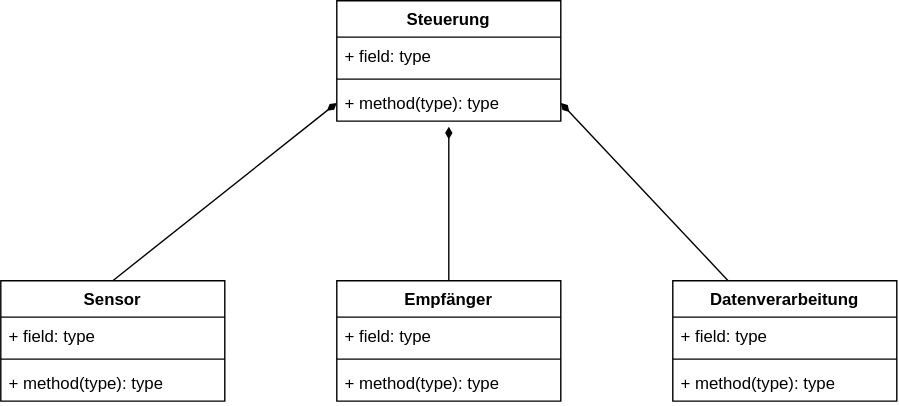
This is docs/klassendiagramme.drawio.svg from Ssaammyy36/sonar_mpa, a draw.io export, as it was before one commit. Source tidied: cells renumbered, new cells last; positions are measured from the earlier drawing's top-left corner, leaving out a move shared by most shapes.
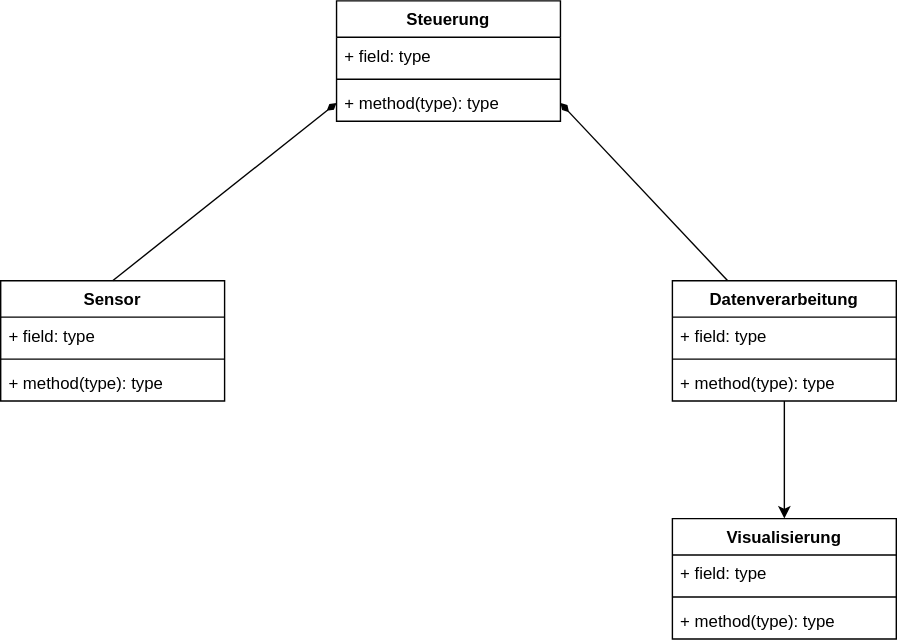
Above is the later version.

The edit, as a diff of the source:
```diff
@@ -26,21 +26,14 @@
     <mxCell id="9" value="+ method(type): type" style="text;strokeColor=none;fillColor=none;align=left;verticalAlign=top;spacingLeft=4;spacingRight=4;overflow=hidden;whiteSpace=wrap;html=1;" parent="6" vertex="1">
       <mxGeometry y="60" width="160" height="26" as="geometry" />
     </mxCell>
-    <mxCell id="10" value="Empfänger" style="swimlane;fontStyle=1;align=center;verticalAlign=top;horizontal=1;startSize=26;whiteSpace=wrap;html=1;" parent="1" vertex="1">
-      <mxGeometry x="240" y="200" width="160" height="86" as="geometry" />
-    </mxCell>
-    <mxCell id="11" value="+ field: type" style="text;strokeColor=none;fillColor=none;align=left;verticalAlign=top;spacingLeft=4;spacingRight=4;overflow=hidden;whiteSpace=wrap;html=1;" parent="10" vertex="1">
-      <mxGeometry y="26" width="160" height="26" as="geometry" />
-    </mxCell>
-    <mxCell id="12" style="line;strokeWidth=1;fillColor=none;align=left;verticalAlign=middle;spacingTop=-1;spacingLeft=3;spacingRight=3;labelPosition=right;strokeColor=inherit;" parent="10" vertex="1">
-      <mxGeometry y="52" width="160" height="8" as="geometry" />
-    </mxCell>
-    <mxCell id="13" value="+ method(type): type" style="text;strokeColor=none;fillColor=none;align=left;verticalAlign=top;spacingLeft=4;spacingRight=4;overflow=hidden;whiteSpace=wrap;html=1;" parent="10" vertex="1">
-      <mxGeometry y="60" width="160" height="26" as="geometry" />
-    </mxCell>
     <mxCell id="14" style="edgeStyle=none;html=1;entryX=1;entryY=0.5;entryDx=0;entryDy=0;endArrow=diamondThin;endFill=1;" parent="1" edge="1" source="15" target="5">
       <mxGeometry relative="1" as="geometry" />
     </mxCell>
+    <mxCell id="21" style="edgeStyle=none;html=1;" parent="1" edge="1" source="15">
+      <mxGeometry relative="1" as="geometry">
+        <mxPoint x="560" y="370" as="targetPoint" />
+      </mxGeometry>
+    </mxCell>
     <mxCell id="15" value="Datenverarbeitung" style="swimlane;fontStyle=1;align=center;verticalAlign=top;horizontal=1;startSize=26;whiteSpace=wrap;html=1;" parent="1" vertex="1">
       <mxGeometry x="480" y="200" width="160" height="86" as="geometry" />
     </mxCell>
@@ -56,10 +49,17 @@
     <mxCell id="19" style="edgeStyle=none;html=1;entryX=0;entryY=0.5;entryDx=0;entryDy=0;endArrow=diamondThin;endFill=1;exitX=0.5;exitY=0;exitDx=0;exitDy=0;" parent="1" edge="1" source="6" target="5">
       <mxGeometry relative="1" as="geometry" />
     </mxCell>
-    <mxCell id="20" style="edgeStyle=none;html=1;endArrow=diamondThin;endFill=1;" parent="1" edge="1" source="10">
-      <mxGeometry relative="1" as="geometry">
-        <mxPoint x="320" y="90" as="targetPoint" />
-      </mxGeometry>
-    </mxCell>
+    <mxCell id="22" value="Visualisierung" style="swimlane;fontStyle=1;align=center;verticalAlign=top;horizontal=1;startSize=26;whiteSpace=wrap;html=1;" parent="1" vertex="1">
+      <mxGeometry x="480" y="370" width="160" height="86" as="geometry" />
+    </mxCell>
+    <mxCell id="11" value="+ field: type" style="text;strokeColor=none;fillColor=none;align=left;verticalAlign=top;spacingLeft=4;spacingRight=4;overflow=hidden;whiteSpace=wrap;html=1;" parent="22" vertex="1">
+      <mxGeometry y="26" width="160" height="26" as="geometry" />
+    </mxCell>
+    <mxCell id="12" style="line;strokeWidth=1;fillColor=none;align=left;verticalAlign=middle;spacingTop=-1;spacingLeft=3;spacingRight=3;labelPosition=right;strokeColor=inherit;" parent="22" vertex="1">
+      <mxGeometry y="52" width="160" height="8" as="geometry" />
+    </mxCell>
+    <mxCell id="13" value="+ method(type): type" style="text;strokeColor=none;fillColor=none;align=left;verticalAlign=top;spacingLeft=4;spacingRight=4;overflow=hidden;whiteSpace=wrap;html=1;" parent="22" vertex="1">
+      <mxGeometry y="60" width="160" height="26" as="geometry" />
+    </mxCell>
   </root>
 </mxGraphModel>
```
